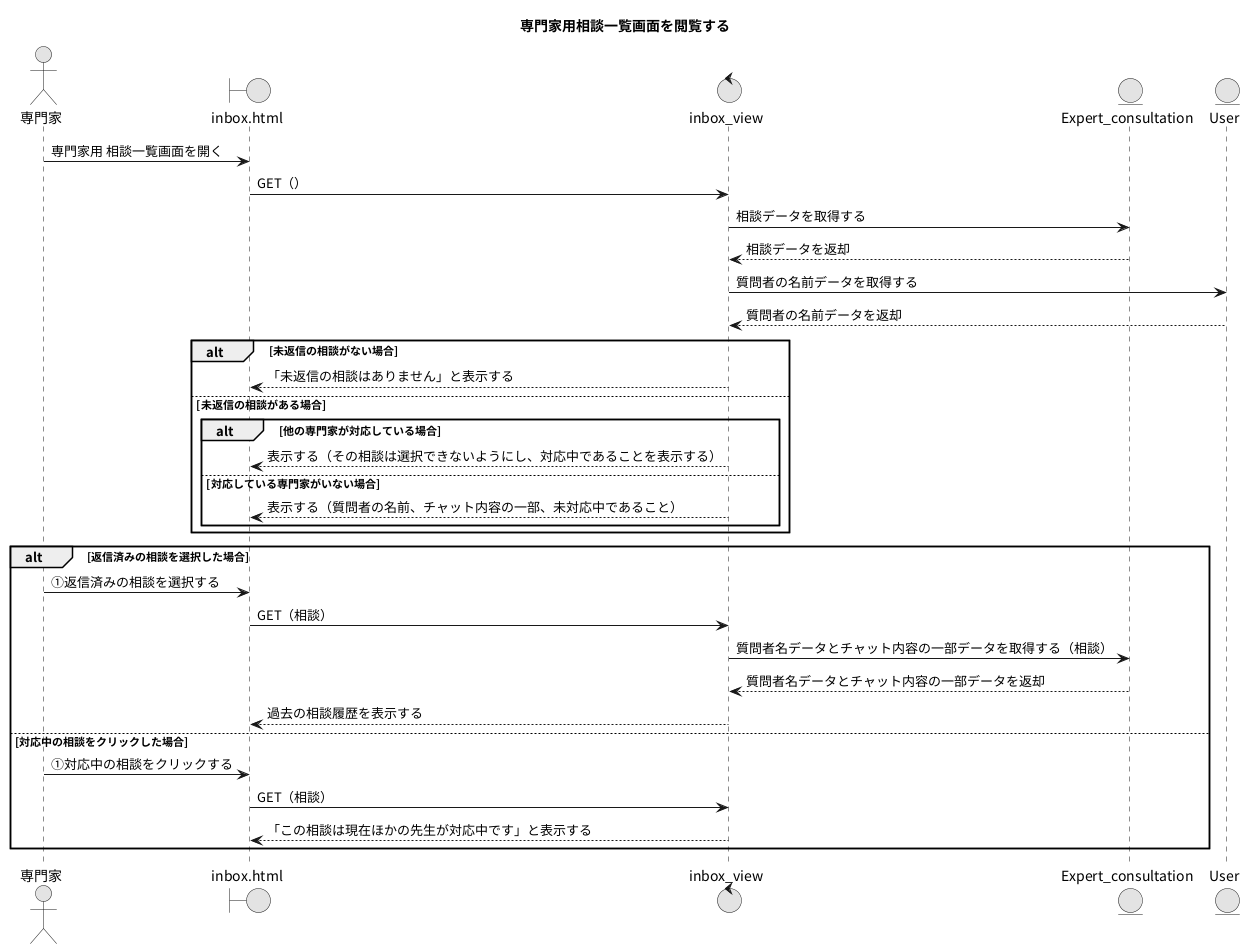
Above: PNG/11_専門家用相談一覧画面を閲覧する.png in Ma2naga190330/26_sotugyou_puml (PlantUML), before the change. Its diagram source:
```plantuml
@startuml
title 専門家用相談一覧画面を閲覧する
skinparam defaultFontName "Noto Sans CJK JP"
skinparam monochrome true

actor "専門家" as A
boundary "inbox.html" as IBP
control "inbox_view" as IBV
entity "Expert_consultation" as ECSM
entity "User" as UM

A -> IBP : 専門家用 相談一覧画面を開く
IBP -> IBV : GET（）
IBV -> ECSM : 相談データを取得する
IBV <-- ECSM : 相談データを返却
IBV -> UM : 質問者の名前データを取得する
IBV <-- UM : 質問者の名前データを返却
alt 未返信の相談がない場合
  IBV --> IBP : 「未返信の相談はありません」と表示する
else 未返信の相談がある場合
  alt 他の専門家が対応している場合
    IBV --> IBP : 表示する（その相談は選択できないようにし、対応中であることを表示する）
  else 対応している専門家がいない場合
    IBV --> IBP : 表示する（質問者の名前、チャット内容の一部、未対応中であること）
  end
end

alt 返信済みの相談を選択した場合
  A -> IBP : ①返信済みの相談を選択する
  IBP -> IBV : GET（相談）
  IBV -> ECSM : 質問者名データとチャット内容の一部データを取得する（相談）
  IBV <-- ECSM : 質問者名データとチャット内容の一部データを返却
  IBV --> IBP : 過去の相談履歴を表示する
else 対応中の相談をクリックした場合
  A -> IBP : ①対応中の相談をクリックする
  IBP -> IBV : GET（相談）
  IBV --> IBP : 「この相談は現在ほかの先生が対応中です」と表示する
end
@enduml
```
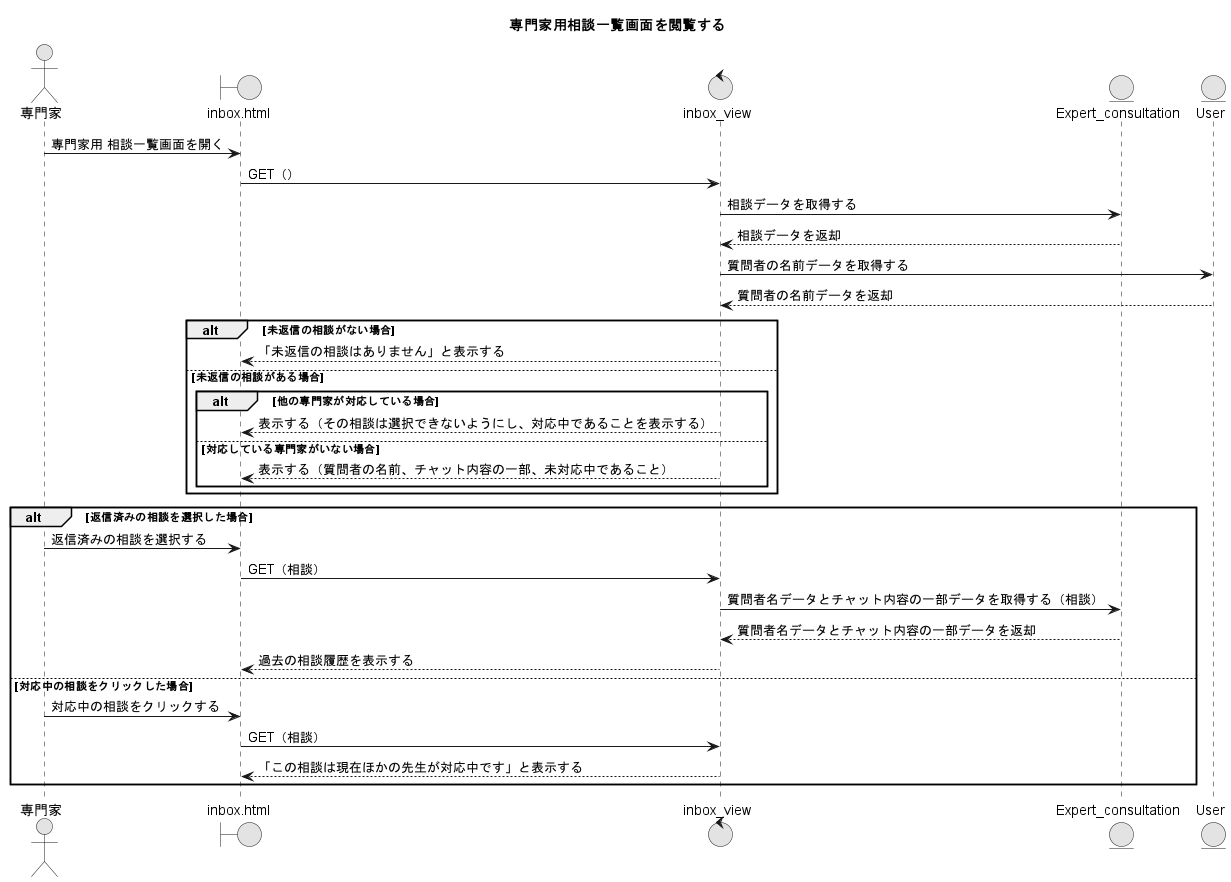
After the commit.

What changed in the source:
```diff
@@ -26,13 +26,13 @@
 end
 
 alt 返信済みの相談を選択した場合
-  A -> IBP : ①返信済みの相談を選択する
+  A -> IBP : 返信済みの相談を選択する
   IBP -> IBV : GET（相談）
   IBV -> ECSM : 質問者名データとチャット内容の一部データを取得する（相談）
   IBV <-- ECSM : 質問者名データとチャット内容の一部データを返却
   IBV --> IBP : 過去の相談履歴を表示する
 else 対応中の相談をクリックした場合
-  A -> IBP : ①対応中の相談をクリックする
+  A -> IBP : 対応中の相談をクリックする
   IBP -> IBV : GET（相談）
   IBV --> IBP : 「この相談は現在ほかの先生が対応中です」と表示する
 end
```
